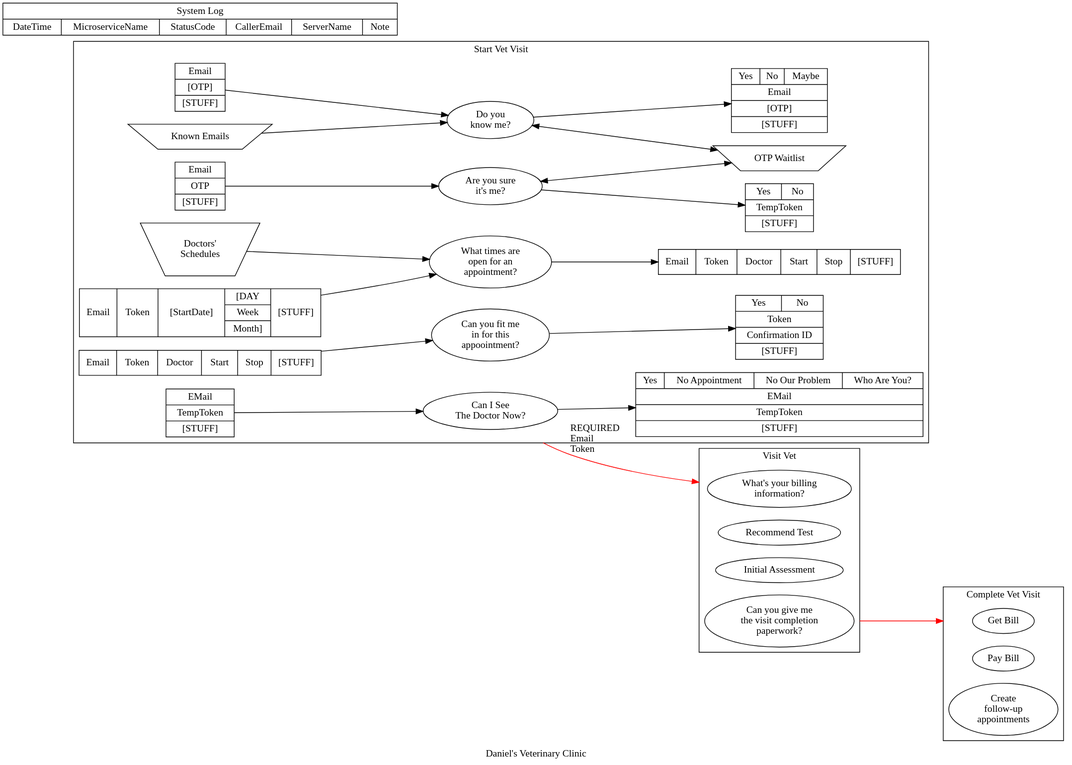
Before: out/VeterinaryClinic/VeterinaryClinic.svg, a diagram exported from PlantUML (DanielBMarkham/fsharp-play). Its source is kept beside it as VeterinaryClinic.pu. The source it was exported from:
```plantuml
@startuml
digraph VeterinaryClinic {
  node [fontname = "Handlee"];
  edge [fontname = "Handlee"];
  compound=true;
  label="Daniel's Veterinary Clinic";

  rankdir=LR;

  subgraph cluster_StartVetVisit {

    label="Start Vet Visit";
    edge[style=solid];

    doYouKnowMeInput [shape=record, label="<f0> Email|<f1> [OTP]|<f2> \[STUFF\]"];
    doYouKnowMeOutput [shape=record,label="{<f0> Yes|<f1> No|<f2>Maybe} | <f3> Email| <f4> \[OTP\]| <f5> \[STUFF\]"];
    knownEMails [ shape=invtrapezium, label="Known Emails"];
    doYouKnowMe [shape=oval, label="Do you\nknow me?"];
    knownEMails->doYouKnowMe;
    doYouKnowMeInput->doYouKnowMe;
    doYouKnowMe->doYouKnowMeOutput;
    doYouKnowMe->otpWaitList [dir=both];

    otpWaitList [ shape=invtrapezium, label="OTP Waitlist"];
    areYouSureItsMeInput [shape=record, label="Email|OTP|\[STUFF\]"];
    areYouSureItsMeOutput [shape=record, label="{Yes|No} | TempToken | \[STUFF\]"];

    areYouSureItsMe [shape=oval, label="Are you sure\nit's me?"];
    areYouSureItsMe->otpWaitList [dir=both];
    areYouSureItsMeInput->areYouSureItsMe;
    areYouSureItsMe->areYouSureItsMeOutput;

    canISeeTheDoctorNowInput [shape=record, label="<f0> EMail| <f1> TempToken | <f2> \[STUFF\]"];
    canISeeTheDoctorNowOutput [shape=record, label="{<f0> Yes| <f1> No Appointment | <f2> No Our Problem | <f3> Who Are You?}| <f4> EMail| <f5> TempToken | <f6> \[STUFF\]"];
    canISeeTheDoctorNow [shape=oval, label="Can I See\nThe Doctor Now?"];
    canISeeTheDoctorNowInput->canISeeTheDoctorNow;
    canISeeTheDoctorNow->canISeeTheDoctorNowOutput;

    docSchedule [shape=invtrapezium, label="Doctors'\nSchedules"];
    whatTimesAreOpenForAnAppointmentInput [shape=record, label="{<f0> Email | <f1> Token | <f2> \[StartDate\] | {<f3> \[DAY|Week|Month\]} | <f4> \[STUFF\]}"];
    whatTimesAreOpenForAnAppointment [shape=oval, label="What times are\nopen for an\nappointment?"];
    whatTimesAreOpenForAnAppointmentOutput [shape=record, label="{<f0> Email | <f1> Token | <f2> Doctor | <f3> Start | <f4> Stop | <f5> \[STUFF\]}"];
    whatTimesAreOpenForAnAppointmentInput->whatTimesAreOpenForAnAppointment;
    whatTimesAreOpenForAnAppointment->whatTimesAreOpenForAnAppointmentOutput;
    docSchedule->whatTimesAreOpenForAnAppointment;

    canYouFitMeInForThisAppointmentInput [shape=record, label="{<f0> Email | <f1> Token | <f2> Doctor | <f3> Start | <f4> Stop | <f5> \[STUFF\]}"];
    canYouFitMeInForThisAppointmentOutput [shape=record, label="{<f0> Yes | <f1> No} | <f2> Token | <f3> Confirmation ID | <f4> \[STUFF\]"];
    canYouFitMeInForThisAppointment [shape=oval, label="Can you fit me\nin for this\nappoointment?"];
    canYouFitMeInForThisAppointmentInput->canYouFitMeInForThisAppointment;
    canYouFitMeInForThisAppointment->canYouFitMeInForThisAppointmentOutput;
  }

  subgraph cluster_VisitVet {
    node [fontname = "Handlee"];
    edge [fontname = "Handlee"];
    label="Visit Vet";

    getBillingInfo [label="What's your billing\ninformation?"];
    recommendTest [label="Recommend Test"];
    initialAssessment [label="Initial Assessment"];
    getVisitCompletionPaperwork [label="Can you give me\nthe visit completion\npaperwork?"];
  }

  subgraph cluster_CompleteVetVisit {
    node [fontname = "Handlee"];
    edge [fontname = "Handlee"];
    label="Complete Vet Visit";

    getBill [label="Get Bill"];
    payBill [label="Pay Bill"];
    createFollowupAppointments [label="Create\nfollow-up\nappointments"];
  }

  canISeeTheDoctorNow -> getBillingInfo [color=red, ltail=cluster_StartVetVisit,labelfontcolor=red, lhead=cluster_VisitVet, label=<
  <TABLE BORDER="0" CELLBORDER="1" CELLSPACING="0" CELLPADDING="4" >

  <TR><TD><FONT COLOR="red">REQUIRED</FONT></TD></TR>
  <TR><TD><FONT COLOR="red">Email</FONT></TD></TR>
  <TR><TD><FONT COLOR="red">Token</FONT></TD></TR>
  </TABLE>>];


  getVisitCompletionPaperwork -> getBill [ltail=cluster_VisitVet, lhead=cluster_CompleteVetVisit, label="", color=red];



  systemLog [shape=record, label="<f0> System Log | {<f1>DateTime | <f2> MicroserviceName | <f3> StatusCode | <f4> CallerEmail | <f5> ServerName | <f6> Note}"];
}


@enduml
```
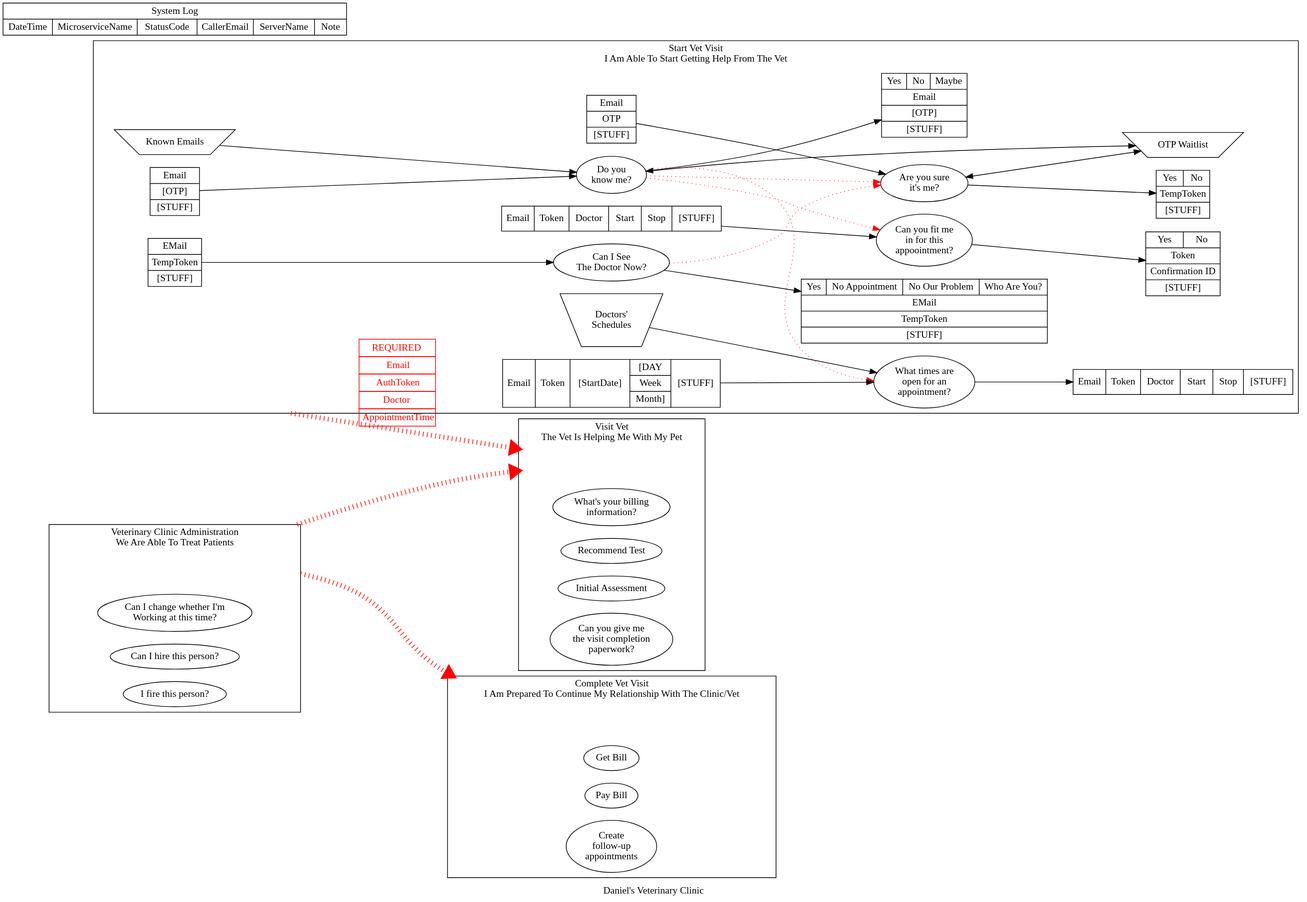
Later version of the same file.

What changed in the source:
```diff
@@ -9,8 +9,9 @@
 
   subgraph cluster_StartVetVisit {
 
-    label="Start Vet Visit";
+    label="Start Vet Visit\nI Am Able To Start Getting Help From The Vet";
     edge[style=solid];
+    ProcessAreaStartVetVisit [style=invis];
 
     doYouKnowMeInput [shape=record, label="<f0> Email|<f1> [OTP]|<f2> \[STUFF\]"];
     doYouKnowMeOutput [shape=record,label="{<f0> Yes|<f1> No|<f2>Maybe} | <f3> Email| <f4> \[OTP\]| <f5> \[STUFF\]"];
@@ -49,12 +50,19 @@
     canYouFitMeInForThisAppointment [shape=oval, label="Can you fit me\nin for this\nappoointment?"];
     canYouFitMeInForThisAppointmentInput->canYouFitMeInForThisAppointment;
     canYouFitMeInForThisAppointment->canYouFitMeInForThisAppointmentOutput;
+
+    // MICROSERVICE BUSINESS HIERARCHY -- NOT DATAFLOW OR DEPENDENCIES
+    doYouKnowMe->canYouFitMeInForThisAppointment [color=red, penwidth=1, style=dotted];
+    doYouKnowMe->areYouSureItsMe [color=red, penwidth=1, style=dotted];
+    doYouKnowMe->whatTimesAreOpenForAnAppointment [color=red, penwidth=1, style=dotted];
+    canISeeTheDoctorNow->areYouSureItsMe [color=red, penwidth=1, style=dotted];
   }
 
   subgraph cluster_VisitVet {
     node [fontname = "Handlee"];
     edge [fontname = "Handlee"];
-    label="Visit Vet";
+    label="Visit Vet\nThe Vet Is Helping Me With My Pet";
+    ProcessAreaVisitVet [style=invis];
 
     getBillingInfo [label="What's your billing\ninformation?"];
     recommendTest [label="Recommend Test"];
@@ -65,24 +73,40 @@
   subgraph cluster_CompleteVetVisit {
     node [fontname = "Handlee"];
     edge [fontname = "Handlee"];
-    label="Complete Vet Visit";
+    label="Complete Vet Visit\nI Am Prepared To Continue My Relationship With The Clinic/Vet";
+    ProcessAreaCompleteVetVisit [style=invis];
 
     getBill [label="Get Bill"];
     payBill [label="Pay Bill"];
-    createFollowupAppointments [label="Create\nfollow-up\nappointments"];
+    createFollowupAppointments [shape=oval, label="Create\nfollow-up\nappointments"];
   }
 
-  canISeeTheDoctorNow -> getBillingInfo [color=red, ltail=cluster_StartVetVisit,labelfontcolor=red, lhead=cluster_VisitVet, label=<
+  subgraph cluster_VeterinaryClinicAdministration {
+    node [fontname = "Handlee"];
+    edge [fontname = "Handlee"];
+    label="Veterinary Clinic Administration\nWe Are Able To Treat Patients";
+    ProcessAreaVeterinaryClinicAdministration [style=invis];
+
+    changeAvailabilityTime [shape=oval, label="Can I change whether I'm\nWorking at this time?"];
+    hirePerson [shape=oval, label="Can I hire this person?"];
+    firePerson [shape=oval, label="I fire this person?"];
+
+  }
+  // PROCESS AREA BUSINESS HIERARCHY -- NOT DATAFLOW OR DEPENDENCIES
+
+  ProcessAreaStartVetVisit->ProcessAreaVisitVet [color=red, style=dotted, penwidth=7, ltail=cluster_StartVetVisit,labelfontcolor=red, lhead=cluster_VisitVet, label=<
   <TABLE BORDER="0" CELLBORDER="1" CELLSPACING="0" CELLPADDING="4" >
 
   <TR><TD><FONT COLOR="red">REQUIRED</FONT></TD></TR>
   <TR><TD><FONT COLOR="red">Email</FONT></TD></TR>
-  <TR><TD><FONT COLOR="red">Token</FONT></TD></TR>
+  <TR><TD><FONT COLOR="red">AuthToken</FONT></TD></TR>
+  <TR><TD><FONT COLOR="red">Doctor</FONT></TD></TR>
+  <TR><TD><FONT COLOR="red">AppointmentTime</FONT></TD></TR>
   </TABLE>>];
 
 
-  getVisitCompletionPaperwork -> getBill [ltail=cluster_VisitVet, lhead=cluster_CompleteVetVisit, label="", color=red];
-
+  ProcessAreaVeterinaryClinicAdministration->ProcessAreaCompleteVetVisit [color=red, style=dotted, penwidth=7, ltail=cluster_VeterinaryClinicAdministration, lhead=cluster_CompleteVetVisit];
+  ProcessAreaVeterinaryClinicAdministration->ProcessAreaVisitVet [color=red, style=dotted, penwidth=7, ltail=cluster_VeterinaryClinicAdministration, lhead=cluster_VisitVet];
 
 
   systemLog [shape=record, label="<f0> System Log | {<f1>DateTime | <f2> MicroserviceName | <f3> StatusCode | <f4> CallerEmail | <f5> ServerName | <f6> Note}"];
```
